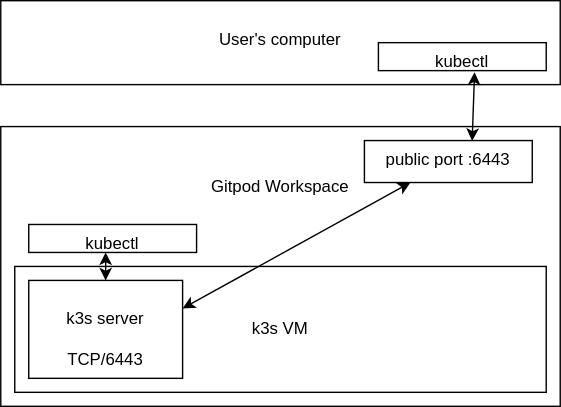
Above: img/diagram.svg in fntlnz/gitpod-k3s (draw.io), before the change. Source tidied: cells renumbered, new cells last; positions are measured from the earlier drawing's top-left corner, leaving out a move shared by most shapes. Source of this version:
```xml
<mxGraphModel>
  <root>
    <mxCell id="0" />
    <mxCell id="1" parent="0" />
    <mxCell id="2" value="&lt;br&gt;&lt;div&gt;&lt;br&gt;&lt;/div&gt;&lt;div&gt;Gitpod Workspace&lt;/div&gt;" style="rounded=0;whiteSpace=wrap;html=1;verticalAlign=top;" parent="1" vertex="1">
      <mxGeometry y="90" width="400" height="200" as="geometry" />
    </mxCell>
    <mxCell id="3" value="k3s VM" style="rounded=0;whiteSpace=wrap;html=1;" parent="1" vertex="1">
      <mxGeometry x="10" y="190" width="380" height="90" as="geometry" />
    </mxCell>
    <mxCell id="4" value="&lt;br&gt;&lt;div&gt;k3s server&lt;/div&gt;&lt;div&gt;&lt;br&gt;&lt;/div&gt;&lt;div&gt;TCP/6443&lt;br&gt;&lt;/div&gt;" style="rounded=0;whiteSpace=wrap;html=1;verticalAlign=top;" parent="1" vertex="1">
      <mxGeometry x="20" y="200" width="110" height="70" as="geometry" />
    </mxCell>
    <mxCell id="5" value="kubectl" style="rounded=0;whiteSpace=wrap;html=1;verticalAlign=top;" parent="1" vertex="1">
      <mxGeometry x="20" y="160" width="120" height="20" as="geometry" />
    </mxCell>
    <mxCell id="6" style="endArrow=classic;startArrow=classic;html=1;exitX=0.5;exitY=0;exitDx=0;exitDy=0;" parent="1" edge="1" source="4">
      <mxGeometry relative="1" as="geometry">
        <mxPoint x="75" y="180" as="targetPoint" />
      </mxGeometry>
    </mxCell>
    <mxCell id="7" value="&lt;div&gt;&lt;br&gt;&lt;/div&gt;&lt;div&gt;User's computer&lt;br&gt;&lt;/div&gt;" style="rounded=0;whiteSpace=wrap;html=1;verticalAlign=top;" parent="1" vertex="1">
      <mxGeometry width="400" height="60" as="geometry" />
    </mxCell>
    <mxCell id="8" value="public port :6443" style="rounded=0;whiteSpace=wrap;html=1;verticalAlign=top;" parent="1" vertex="1">
      <mxGeometry x="260" y="100" width="120" height="30" as="geometry" />
    </mxCell>
    <mxCell id="9" style="endArrow=classic;html=1;entryX=1;entryY=0.286;entryDx=0;entryDy=0;entryPerimeter=0;verticalAlign=middle;startArrow=classic;startFill=1;" parent="1" edge="1" source="8" target="4">
      <mxGeometry relative="1" as="geometry" />
    </mxCell>
    <mxCell id="10" style="endArrow=classic;startArrow=classic;html=1;verticalAlign=middle;entryX=0.573;entryY=1.057;entryDx=0;entryDy=0;entryPerimeter=0;exitX=0.642;exitY=0.01;exitDx=0;exitDy=0;exitPerimeter=0;" parent="1" edge="1" source="8" target="11">
      <mxGeometry relative="1" as="geometry" />
    </mxCell>
    <mxCell id="11" value="kubectl" style="rounded=0;whiteSpace=wrap;html=1;verticalAlign=top;" parent="1" vertex="1">
      <mxGeometry x="270" y="30" width="120" height="20" as="geometry" />
    </mxCell>
  </root>
</mxGraphModel>
```
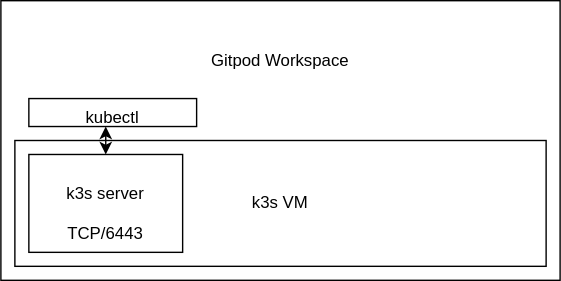
After the commit.

Change to the diagram source:
```diff
@@ -19,20 +19,5 @@
         <mxPoint x="75" y="180" as="targetPoint" />
       </mxGeometry>
     </mxCell>
-    <mxCell id="7" value="&lt;div&gt;&lt;br&gt;&lt;/div&gt;&lt;div&gt;User's computer&lt;br&gt;&lt;/div&gt;" style="rounded=0;whiteSpace=wrap;html=1;verticalAlign=top;" parent="1" vertex="1">
-      <mxGeometry width="400" height="60" as="geometry" />
-    </mxCell>
-    <mxCell id="8" value="public port :6443" style="rounded=0;whiteSpace=wrap;html=1;verticalAlign=top;" parent="1" vertex="1">
-      <mxGeometry x="260" y="100" width="120" height="30" as="geometry" />
-    </mxCell>
-    <mxCell id="9" style="endArrow=classic;html=1;entryX=1;entryY=0.286;entryDx=0;entryDy=0;entryPerimeter=0;verticalAlign=middle;startArrow=classic;startFill=1;" parent="1" edge="1" source="8" target="4">
-      <mxGeometry relative="1" as="geometry" />
-    </mxCell>
-    <mxCell id="10" style="endArrow=classic;startArrow=classic;html=1;verticalAlign=middle;entryX=0.573;entryY=1.057;entryDx=0;entryDy=0;entryPerimeter=0;exitX=0.642;exitY=0.01;exitDx=0;exitDy=0;exitPerimeter=0;" parent="1" edge="1" source="8" target="11">
-      <mxGeometry relative="1" as="geometry" />
-    </mxCell>
-    <mxCell id="11" value="kubectl" style="rounded=0;whiteSpace=wrap;html=1;verticalAlign=top;" parent="1" vertex="1">
-      <mxGeometry x="270" y="30" width="120" height="20" as="geometry" />
-    </mxCell>
   </root>
 </mxGraphModel>
```
